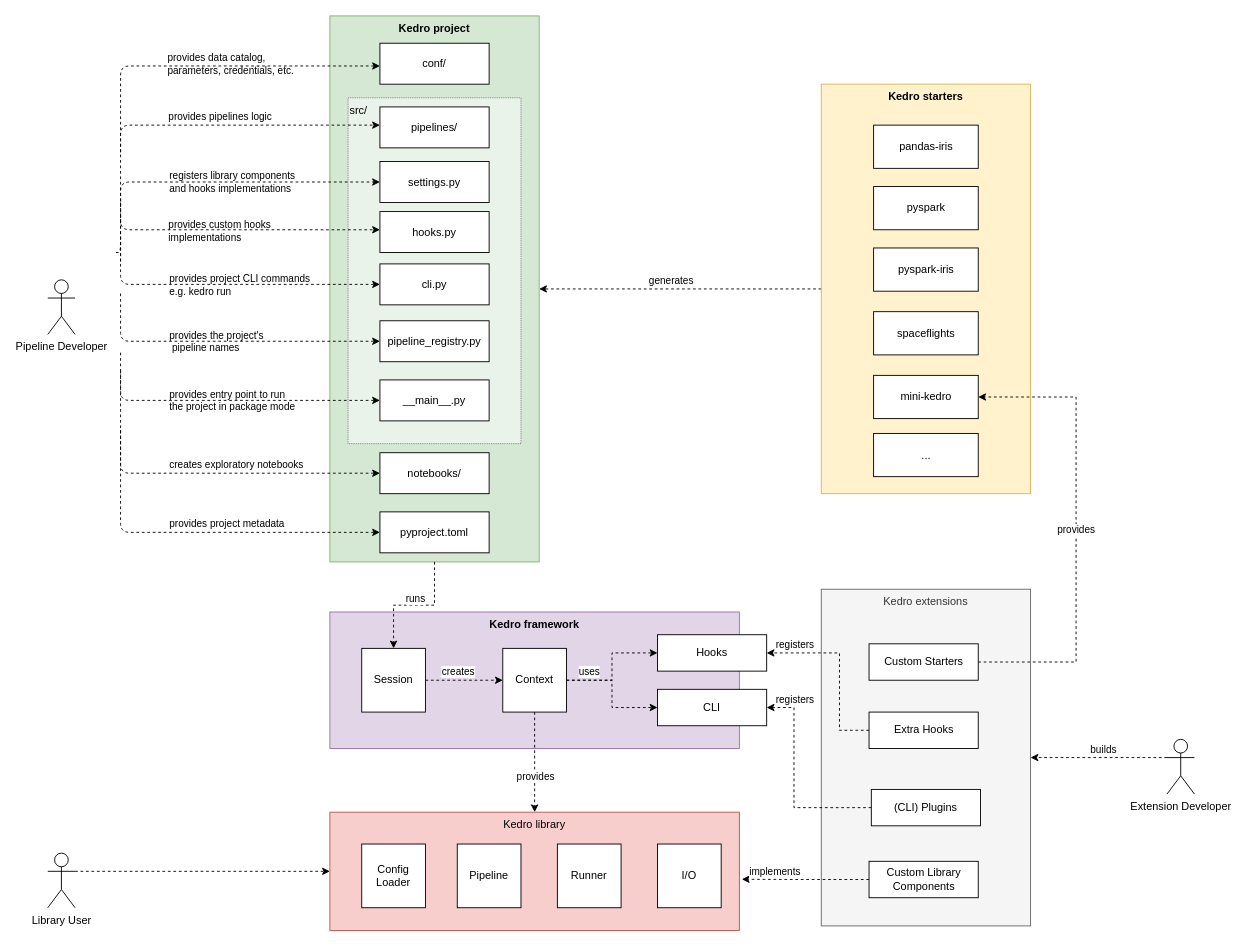
Above: docs/source/meta/images/KedroArchitecture.drawio in kedro-org/kedro (draw.io), before the change. Source tidied: cells renumbered, new cells numbered last; positions are measured from the earlier drawing's top-left corner, leaving out a move shared by most shapes. Both pictures are drawn from the tidied source at 91%, with x=0, y=0 at pixel (47, 15).
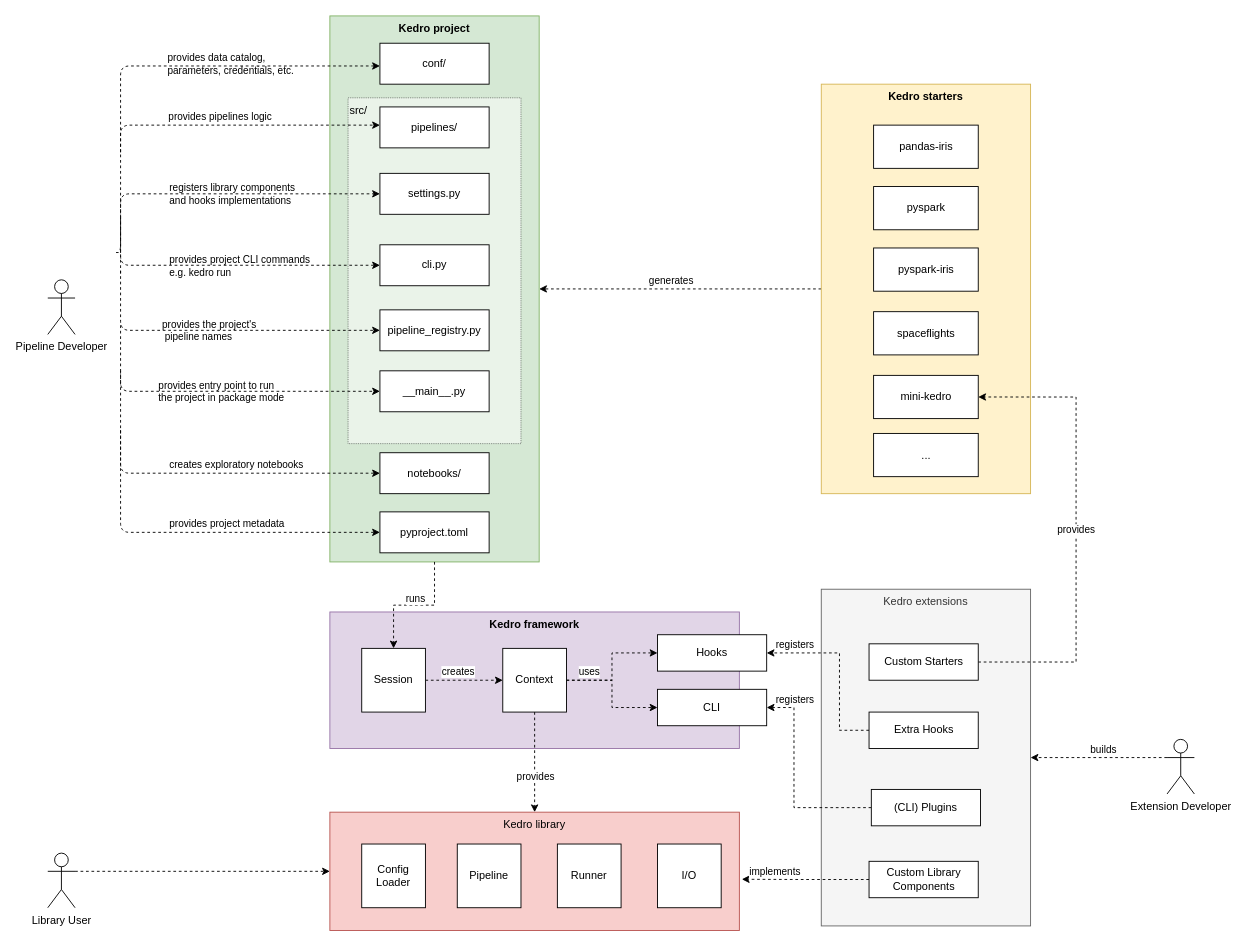
The same page after the edit.

Commit message (it also covers changes not shown here):
Remove mention of template hooks file, update architecture diagram, link to settings page

Change to the diagram source:
```diff
@@
     <mxCell id="37" value="settings.py" style="rounded=0;whiteSpace=wrap;html=1;" parent="1" vertex="1">
-      <mxGeometry x="365" y="160" width="120" height="45" as="geometry" />
+      <mxGeometry x="365" y="173" width="120" height="45" as="geometry" />
     </mxCell>
@@
     <mxCell id="39" value="cli.py" style="rounded=0;whiteSpace=wrap;html=1;" parent="1" vertex="1">
-      <mxGeometry x="365" y="272.5" width="120" height="45" as="geometry" />
+      <mxGeometry x="365" y="251.5" width="120" height="45" as="geometry" />
     </mxCell>
@@
     <mxCell id="48" style="endArrow=classic;html=1;dashed=1;entryX=0;entryY=0.5;entryDx=0;entryDy=0;edgeStyle=orthogonalEdgeStyle;" parent="1" edge="1" target="37">
       <mxGeometry relative="1" as="geometry">
-        <mxPoint x="80" y="270" as="sourcePoint" />
+        <mxPoint x="80" y="283" as="sourcePoint" />
         <Array as="points">
-          <mxPoint x="80" y="182" />
+          <mxPoint x="80" y="195" />
         </Array>
       </mxGeometry>
     </mxCell>
@@
     <mxCell id="52" style="endArrow=classic;html=1;dashed=1;entryX=0;entryY=0.5;entryDx=0;entryDy=0;edgeStyle=orthogonalEdgeStyle;" parent="1" edge="1" target="39">
       <mxGeometry relative="1" as="geometry">
-        <mxPoint x="80" y="242.5" as="sourcePoint" />
+        <mxPoint x="80" y="221.5" as="sourcePoint" />
         <Array as="points">
-          <mxPoint x="80" y="295.5" />
+          <mxPoint x="80" y="274.5" />
         </Array>
       </mxGeometry>
     </mxCell>
@@
-    <mxCell id="68" value="hooks.py" style="rounded=0;whiteSpace=wrap;html=1;" parent="1" vertex="1">
-      <mxGeometry x="365" y="215" width="120" height="45" as="geometry" />
-    </mxCell>
-    <mxCell id="69" style="endArrow=classic;html=1;dashed=1;entryX=0;entryY=0.5;entryDx=0;entryDy=0;edgeStyle=orthogonalEdgeStyle;" parent="1" edge="1">
-      <mxGeometry relative="1" as="geometry">
-        <mxPoint x="80" y="205" as="sourcePoint" />
-        <mxPoint x="365" y="235" as="targetPoint" />
-        <Array as="points">
-          <mxPoint x="80" y="235" />
-        </Array>
-      </mxGeometry>
-    </mxCell>
-    <mxCell id="70" value="provides custom hooks &lt;br&gt;implementations" style="edgeLabel;html=1;align=left;verticalAlign=middle;labelBackgroundColor=none;" parent="69" vertex="1">
-      <mxGeometry x="-0.2" y="3" relative="1" as="geometry">
-        <mxPoint x="-45" y="4" as="offset" />
-      </mxGeometry>
-    </mxCell>
     <mxCell id="71" value="__main__.py" style="rounded=0;whiteSpace=wrap;html=1;" parent="1" vertex="1">
-      <mxGeometry x="365" y="400" width="120" height="45" as="geometry" />
+      <mxGeometry x="365" y="390" width="120" height="45" as="geometry" />
     </mxCell>
     <mxCell id="72" style="endArrow=classic;html=1;dashed=1;entryX=0;entryY=0.5;entryDx=0;entryDy=0;edgeStyle=orthogonalEdgeStyle;" parent="1" edge="1">
       <mxGeometry relative="1" as="geometry">
-        <mxPoint x="80" y="370" as="sourcePoint" />
-        <mxPoint x="365" y="422.5" as="targetPoint" />
+        <mxPoint x="80" y="340" as="sourcePoint" />
+        <mxPoint x="365" y="412.5" as="targetPoint" />
         <Array as="points">
-          <mxPoint x="80" y="423" />
+          <mxPoint x="80" y="413" />
         </Array>
       </mxGeometry>
     </mxCell>
@@
     <mxCell id="74" value="pipeline_registry.py" style="rounded=0;whiteSpace=wrap;html=1;" parent="1" vertex="1">
-      <mxGeometry x="365" y="335" width="120" height="45" as="geometry" />
+      <mxGeometry x="365" y="323" width="120" height="45" as="geometry" />
     </mxCell>
     <mxCell id="75" style="endArrow=classic;html=1;dashed=1;entryX=0;entryY=0.5;entryDx=0;entryDy=0;edgeStyle=orthogonalEdgeStyle;" parent="1" edge="1">
       <mxGeometry relative="1" as="geometry">
-        <mxPoint x="80" y="305" as="sourcePoint" />
-        <mxPoint x="365" y="357.5" as="targetPoint" />
+        <mxPoint x="80" y="280" as="sourcePoint" />
+        <mxPoint x="365" y="345.5" as="targetPoint" />
         <Array as="points">
-          <mxPoint x="80" y="358" />
+          <mxPoint x="80" y="346" />
         </Array>
       </mxGeometry>
     </mxCell>
```
